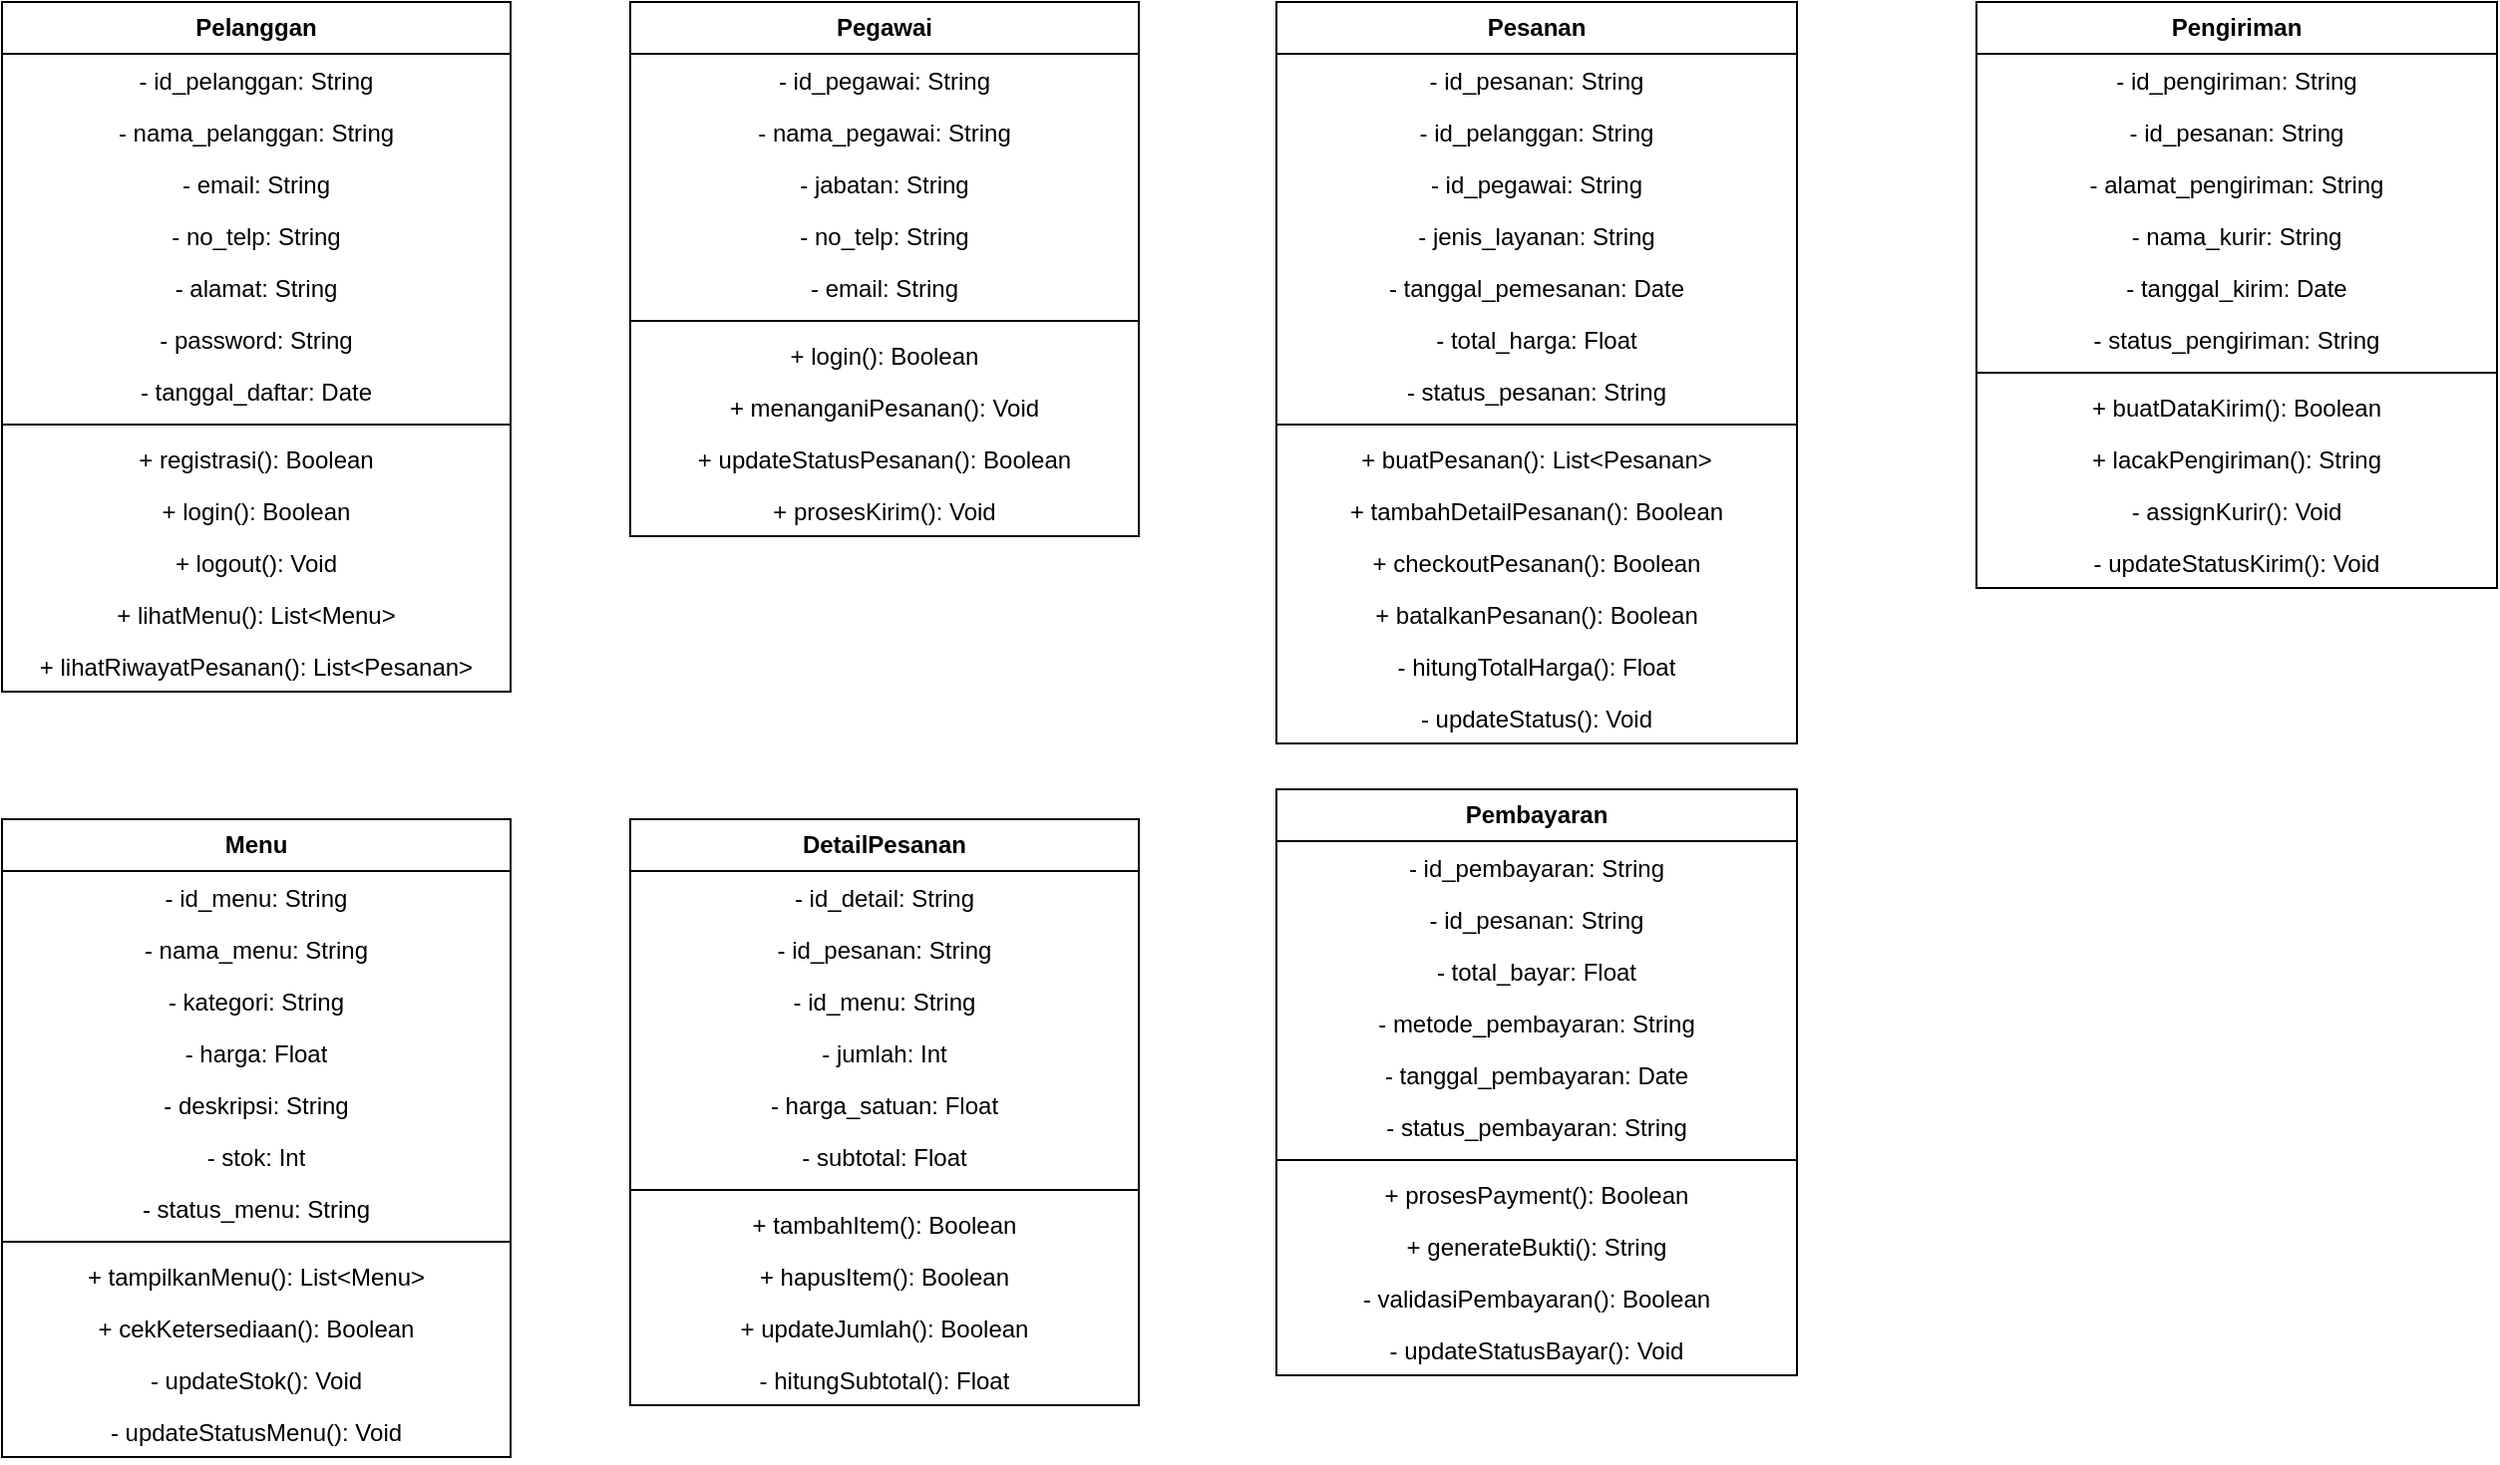
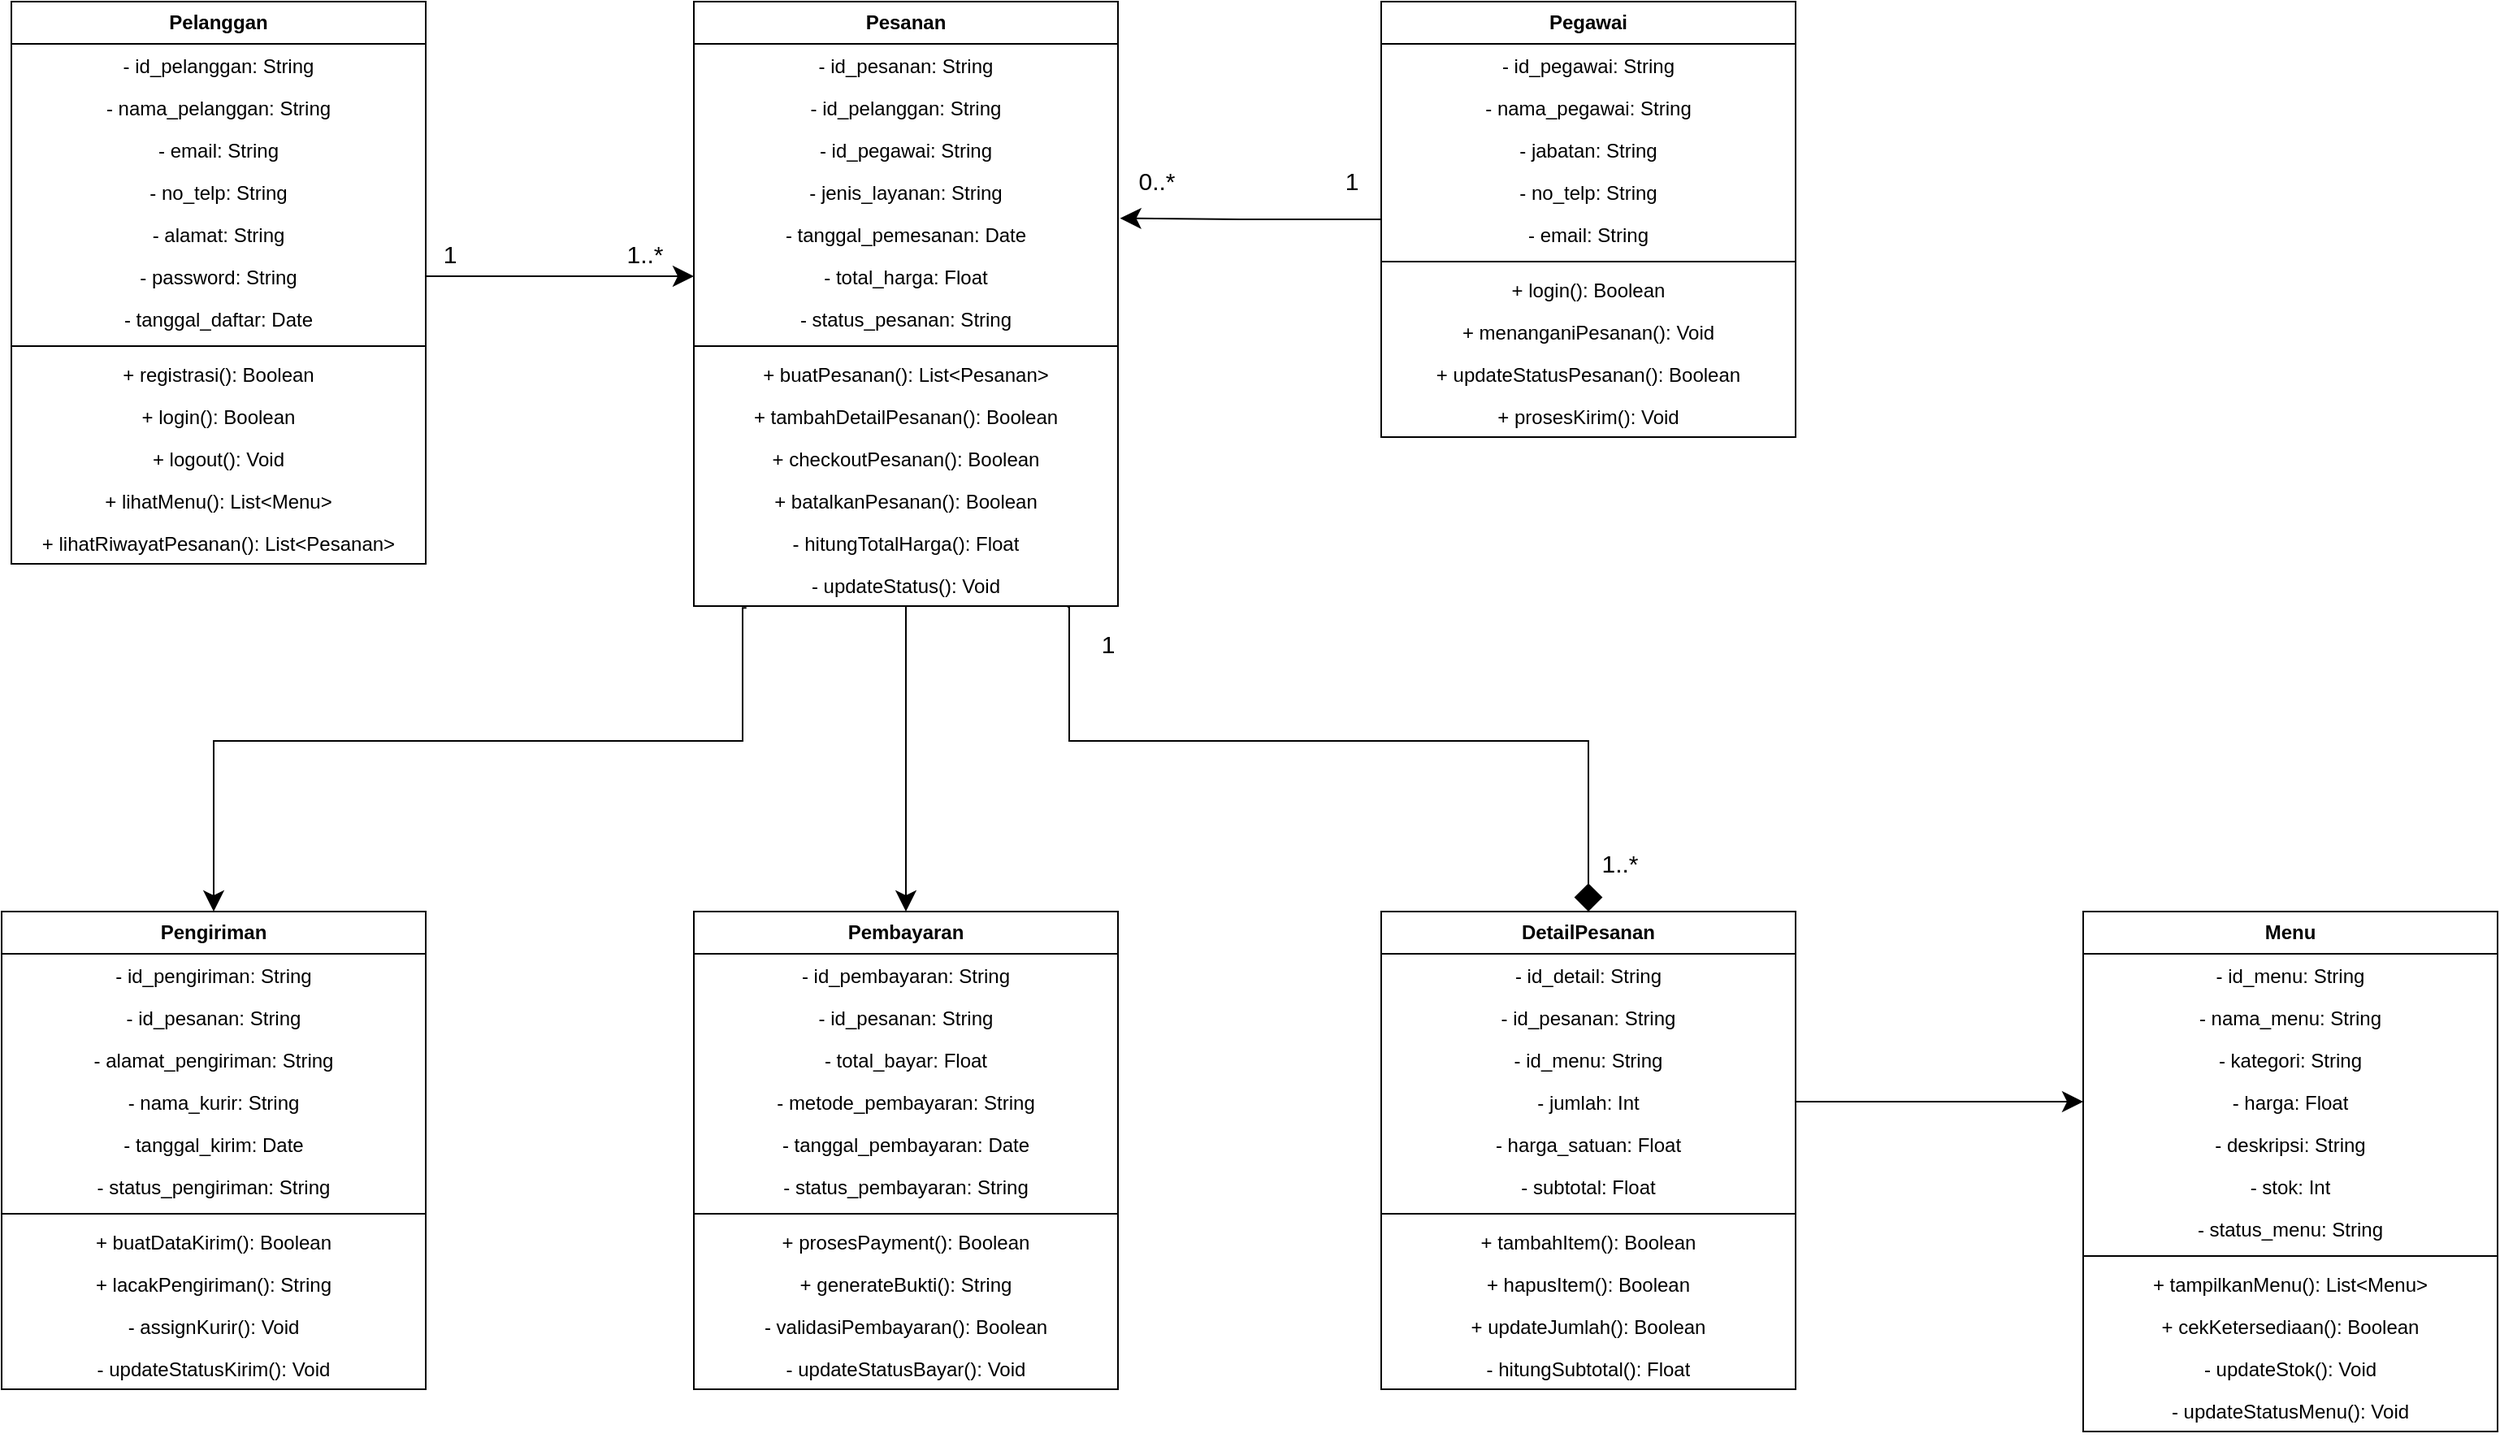
<mxfile host="app.diagrams.net">
  <diagram name="Class Diagram" id="XLRAudqMSV8JJL2WmWoO">
-     <mxGraphModel dx="1557" dy="1032" grid="1" gridSize="15" guides="1" tooltips="1" connect="1" arrows="1" fold="1" page="1" pageScale="1" pageWidth="1654" pageHeight="1169" math="0" shadow="0">
+     <mxGraphModel dx="1729" dy="1125" grid="1" gridSize="15" guides="1" tooltips="1" connect="1" arrows="1" fold="1" page="1" pageScale="1" pageWidth="1654" pageHeight="1169" math="0" shadow="0">
      <root>
        <mxCell id="0" />
        <mxCell id="1" parent="0" />
        <mxCell id="4Q5ZbxA_9OykwKKi5Nih-1" parent="1" style="swimlane;fontStyle=1;align=center;verticalAlign=middle;childLayout=stackLayout;horizontal=1;startSize=26;horizontalStack=0;resizeParent=1;resizeParentMax=0;resizeLast=0;collapsible=1;marginBottom=0;whiteSpace=wrap;html=1;labelBorderColor=none;labelBackgroundColor=none;fontColor=default;" value="Pelanggan" vertex="1">
          <mxGeometry height="346" width="255" x="60" y="40" as="geometry" />
        </mxCell>
        <mxCell id="4Q5ZbxA_9OykwKKi5Nih-2" parent="4Q5ZbxA_9OykwKKi5Nih-1" style="text;strokeColor=none;fillColor=none;align=center;verticalAlign=top;spacingLeft=4;spacingRight=4;overflow=hidden;rotatable=0;points=[[0,0.5],[1,0.5]];portConstraint=eastwest;whiteSpace=wrap;html=1;" value="- id_pelanggan: String" vertex="1">
          <mxGeometry height="26" width="255" y="26" as="geometry" />
        </mxCell>
        <mxCell id="4Q5ZbxA_9OykwKKi5Nih-5" parent="4Q5ZbxA_9OykwKKi5Nih-1" style="text;strokeColor=none;fillColor=none;align=center;verticalAlign=top;spacingLeft=4;spacingRight=4;overflow=hidden;rotatable=0;points=[[0,0.5],[1,0.5]];portConstraint=eastwest;whiteSpace=wrap;html=1;" value="- nama_pelanggan: String" vertex="1">
          <mxGeometry height="26" width="255" y="52" as="geometry" />
        </mxCell>
        <mxCell id="4Q5ZbxA_9OykwKKi5Nih-6" parent="4Q5ZbxA_9OykwKKi5Nih-1" style="text;strokeColor=none;fillColor=none;align=center;verticalAlign=top;spacingLeft=4;spacingRight=4;overflow=hidden;rotatable=0;points=[[0,0.5],[1,0.5]];portConstraint=eastwest;whiteSpace=wrap;html=1;" value="- email: String" vertex="1">
          <mxGeometry height="26" width="255" y="78" as="geometry" />
        </mxCell>
        <mxCell id="4Q5ZbxA_9OykwKKi5Nih-7" parent="4Q5ZbxA_9OykwKKi5Nih-1" style="text;strokeColor=none;fillColor=none;align=center;verticalAlign=top;spacingLeft=4;spacingRight=4;overflow=hidden;rotatable=0;points=[[0,0.5],[1,0.5]];portConstraint=eastwest;whiteSpace=wrap;html=1;" value="- no_telp: String" vertex="1">
          <mxGeometry height="26" width="255" y="104" as="geometry" />
        </mxCell>
        <mxCell id="4Q5ZbxA_9OykwKKi5Nih-8" parent="4Q5ZbxA_9OykwKKi5Nih-1" style="text;strokeColor=none;fillColor=none;align=center;verticalAlign=top;spacingLeft=4;spacingRight=4;overflow=hidden;rotatable=0;points=[[0,0.5],[1,0.5]];portConstraint=eastwest;whiteSpace=wrap;html=1;" value="- alamat: String" vertex="1">
          <mxGeometry height="26" width="255" y="130" as="geometry" />
        </mxCell>
        <mxCell id="4Q5ZbxA_9OykwKKi5Nih-9" parent="4Q5ZbxA_9OykwKKi5Nih-1" style="text;strokeColor=none;fillColor=none;align=center;verticalAlign=top;spacingLeft=4;spacingRight=4;overflow=hidden;rotatable=0;points=[[0,0.5],[1,0.5]];portConstraint=eastwest;whiteSpace=wrap;html=1;" value="- password: String" vertex="1">
          <mxGeometry height="26" width="255" y="156" as="geometry" />
        </mxCell>
        <mxCell id="4Q5ZbxA_9OykwKKi5Nih-10" parent="4Q5ZbxA_9OykwKKi5Nih-1" style="text;strokeColor=none;fillColor=none;align=center;verticalAlign=top;spacingLeft=4;spacingRight=4;overflow=hidden;rotatable=0;points=[[0,0.5],[1,0.5]];portConstraint=eastwest;whiteSpace=wrap;html=1;" value="- tanggal_daftar: Date" vertex="1">
          <mxGeometry height="26" width="255" y="182" as="geometry" />
        </mxCell>
        <mxCell id="4Q5ZbxA_9OykwKKi5Nih-3" parent="4Q5ZbxA_9OykwKKi5Nih-1" style="line;strokeWidth=1;fillColor=none;align=center;verticalAlign=middle;spacingTop=-1;spacingLeft=3;spacingRight=3;rotatable=0;labelPosition=right;points=[];portConstraint=eastwest;strokeColor=inherit;" value="" vertex="1">
          <mxGeometry height="8" width="255" y="208" as="geometry" />
        </mxCell>
        <mxCell id="4Q5ZbxA_9OykwKKi5Nih-4" parent="4Q5ZbxA_9OykwKKi5Nih-1" style="text;strokeColor=none;fillColor=none;align=center;verticalAlign=top;spacingLeft=4;spacingRight=4;overflow=hidden;rotatable=0;points=[[0,0.5],[1,0.5]];portConstraint=eastwest;whiteSpace=wrap;html=1;" value="+ registrasi(): Boolean" vertex="1">
          <mxGeometry height="26" width="255" y="216" as="geometry" />
        </mxCell>
        <mxCell id="4Q5ZbxA_9OykwKKi5Nih-11" parent="4Q5ZbxA_9OykwKKi5Nih-1" style="text;strokeColor=none;fillColor=none;align=center;verticalAlign=top;spacingLeft=4;spacingRight=4;overflow=hidden;rotatable=0;points=[[0,0.5],[1,0.5]];portConstraint=eastwest;whiteSpace=wrap;html=1;" value="+ login(): Boolean" vertex="1">
          <mxGeometry height="26" width="255" y="242" as="geometry" />
        </mxCell>
        <mxCell id="4Q5ZbxA_9OykwKKi5Nih-12" parent="4Q5ZbxA_9OykwKKi5Nih-1" style="text;strokeColor=none;fillColor=none;align=center;verticalAlign=top;spacingLeft=4;spacingRight=4;overflow=hidden;rotatable=0;points=[[0,0.5],[1,0.5]];portConstraint=eastwest;whiteSpace=wrap;html=1;" value="+ logout(): Void" vertex="1">
          <mxGeometry height="26" width="255" y="268" as="geometry" />
        </mxCell>
        <mxCell id="4Q5ZbxA_9OykwKKi5Nih-13" parent="4Q5ZbxA_9OykwKKi5Nih-1" style="text;strokeColor=none;fillColor=none;align=center;verticalAlign=top;spacingLeft=4;spacingRight=4;overflow=hidden;rotatable=0;points=[[0,0.5],[1,0.5]];portConstraint=eastwest;whiteSpace=wrap;html=1;" value="+ lihatMenu(): List&amp;lt;Menu&amp;gt;" vertex="1">
          <mxGeometry height="26" width="255" y="294" as="geometry" />
        </mxCell>
        <mxCell id="4Q5ZbxA_9OykwKKi5Nih-14" parent="4Q5ZbxA_9OykwKKi5Nih-1" style="text;strokeColor=none;fillColor=none;align=center;verticalAlign=top;spacingLeft=4;spacingRight=4;overflow=hidden;rotatable=0;points=[[0,0.5],[1,0.5]];portConstraint=eastwest;whiteSpace=wrap;html=1;" value="+ lihatRiwayatPesanan(): List&amp;lt;Pesanan&amp;gt;" vertex="1">
          <mxGeometry height="26" width="255" y="320" as="geometry" />
        </mxCell>
+         <mxCell id="-Ip3KR_69kROD7_R9hKT-41" edge="1" parent="1" source="4Q5ZbxA_9OykwKKi5Nih-16" style="edgeStyle=orthogonalEdgeStyle;rounded=0;orthogonalLoop=1;jettySize=auto;html=1;entryX=1.005;entryY=0.128;entryDx=0;entryDy=0;entryPerimeter=0;strokeWidth=1;endSize=10;" target="4Q5ZbxA_9OykwKKi5Nih-49" value="">
+           <mxGeometry relative="1" as="geometry">
+             <mxPoint x="735.5" y="173.9999999999999" as="targetPoint" />
+           </mxGeometry>
+         </mxCell>
        <mxCell id="4Q5ZbxA_9OykwKKi5Nih-16" parent="1" style="swimlane;fontStyle=1;align=center;verticalAlign=middle;childLayout=stackLayout;horizontal=1;startSize=26;horizontalStack=0;resizeParent=1;resizeParentMax=0;resizeLast=0;collapsible=1;marginBottom=0;whiteSpace=wrap;html=1;labelBorderColor=none;labelBackgroundColor=none;fontColor=default;" value="Pegawai" vertex="1">
-           <mxGeometry height="268" width="255" x="375" y="40" as="geometry" />
+           <mxGeometry height="268" width="255" x="903" y="40" as="geometry" />
        </mxCell>
        <mxCell id="4Q5ZbxA_9OykwKKi5Nih-17" parent="4Q5ZbxA_9OykwKKi5Nih-16" style="text;strokeColor=none;fillColor=none;align=center;verticalAlign=top;spacingLeft=4;spacingRight=4;overflow=hidden;rotatable=0;points=[[0,0.5],[1,0.5]];portConstraint=eastwest;whiteSpace=wrap;html=1;" value="- id_pegawai: String" vertex="1">
          <mxGeometry height="26" width="255" y="26" as="geometry" />
        </mxCell>
        <mxCell id="4Q5ZbxA_9OykwKKi5Nih-18" parent="4Q5ZbxA_9OykwKKi5Nih-16" style="text;strokeColor=none;fillColor=none;align=center;verticalAlign=top;spacingLeft=4;spacingRight=4;overflow=hidden;rotatable=0;points=[[0,0.5],[1,0.5]];portConstraint=eastwest;whiteSpace=wrap;html=1;" value="- nama_pegawai: String" vertex="1">
          <mxGeometry height="26" width="255" y="52" as="geometry" />
        </mxCell>
        <mxCell id="4Q5ZbxA_9OykwKKi5Nih-19" parent="4Q5ZbxA_9OykwKKi5Nih-16" style="text;strokeColor=none;fillColor=none;align=center;verticalAlign=top;spacingLeft=4;spacingRight=4;overflow=hidden;rotatable=0;points=[[0,0.5],[1,0.5]];portConstraint=eastwest;whiteSpace=wrap;html=1;" value="- jabatan: String" vertex="1">
          <mxGeometry height="26" width="255" y="78" as="geometry" />
        </mxCell>
        <mxCell id="4Q5ZbxA_9OykwKKi5Nih-20" parent="4Q5ZbxA_9OykwKKi5Nih-16" style="text;strokeColor=none;fillColor=none;align=center;verticalAlign=top;spacingLeft=4;spacingRight=4;overflow=hidden;rotatable=0;points=[[0,0.5],[1,0.5]];portConstraint=eastwest;whiteSpace=wrap;html=1;" value="- no_telp: String" vertex="1">
          <mxGeometry height="26" width="255" y="104" as="geometry" />
        </mxCell>
        <mxCell id="4Q5ZbxA_9OykwKKi5Nih-21" parent="4Q5ZbxA_9OykwKKi5Nih-16" style="text;strokeColor=none;fillColor=none;align=center;verticalAlign=top;spacingLeft=4;spacingRight=4;overflow=hidden;rotatable=0;points=[[0,0.5],[1,0.5]];portConstraint=eastwest;whiteSpace=wrap;html=1;" value="- email: String" vertex="1">
          <mxGeometry height="26" width="255" y="130" as="geometry" />
        </mxCell>
        <mxCell id="4Q5ZbxA_9OykwKKi5Nih-24" parent="4Q5ZbxA_9OykwKKi5Nih-16" style="line;strokeWidth=1;fillColor=none;align=center;verticalAlign=middle;spacingTop=-1;spacingLeft=3;spacingRight=3;rotatable=0;labelPosition=right;points=[];portConstraint=eastwest;strokeColor=inherit;" value="" vertex="1">
          <mxGeometry height="8" width="255" y="156" as="geometry" />
        </mxCell>
        <mxCell id="4Q5ZbxA_9OykwKKi5Nih-25" parent="4Q5ZbxA_9OykwKKi5Nih-16" style="text;strokeColor=none;fillColor=none;align=center;verticalAlign=top;spacingLeft=4;spacingRight=4;overflow=hidden;rotatable=0;points=[[0,0.5],[1,0.5]];portConstraint=eastwest;whiteSpace=wrap;html=1;" value="+ login(): Boolean" vertex="1">
          <mxGeometry height="26" width="255" y="164" as="geometry" />
        </mxCell>
        <mxCell id="4Q5ZbxA_9OykwKKi5Nih-26" parent="4Q5ZbxA_9OykwKKi5Nih-16" style="text;strokeColor=none;fillColor=none;align=center;verticalAlign=top;spacingLeft=4;spacingRight=4;overflow=hidden;rotatable=0;points=[[0,0.5],[1,0.5]];portConstraint=eastwest;whiteSpace=wrap;html=1;" value="+ menanganiPesanan(): Void" vertex="1">
          <mxGeometry height="26" width="255" y="190" as="geometry" />
        </mxCell>
        <mxCell id="4Q5ZbxA_9OykwKKi5Nih-27" parent="4Q5ZbxA_9OykwKKi5Nih-16" style="text;strokeColor=none;fillColor=none;align=center;verticalAlign=top;spacingLeft=4;spacingRight=4;overflow=hidden;rotatable=0;points=[[0,0.5],[1,0.5]];portConstraint=eastwest;whiteSpace=wrap;html=1;" value="+ updateStatusPesanan(): Boolean" vertex="1">
          <mxGeometry height="26" width="255" y="216" as="geometry" />
        </mxCell>
        <mxCell id="4Q5ZbxA_9OykwKKi5Nih-28" parent="4Q5ZbxA_9OykwKKi5Nih-16" style="text;strokeColor=none;fillColor=none;align=center;verticalAlign=top;spacingLeft=4;spacingRight=4;overflow=hidden;rotatable=0;points=[[0,0.5],[1,0.5]];portConstraint=eastwest;whiteSpace=wrap;html=1;" value="+ prosesKirim(): Void" vertex="1">
          <mxGeometry height="26" width="255" y="242" as="geometry" />
        </mxCell>
        <mxCell id="4Q5ZbxA_9OykwKKi5Nih-30" parent="1" style="swimlane;fontStyle=1;align=center;verticalAlign=middle;childLayout=stackLayout;horizontal=1;startSize=26;horizontalStack=0;resizeParent=1;resizeParentMax=0;resizeLast=0;collapsible=1;marginBottom=0;whiteSpace=wrap;html=1;labelBorderColor=none;labelBackgroundColor=none;fontColor=default;" value="Menu" vertex="1">
-           <mxGeometry height="320" width="255" x="60" y="450" as="geometry" />
+           <mxGeometry height="320" width="255" x="1335" y="600" as="geometry" />
        </mxCell>
        <mxCell id="4Q5ZbxA_9OykwKKi5Nih-31" parent="4Q5ZbxA_9OykwKKi5Nih-30" style="text;strokeColor=none;fillColor=none;align=center;verticalAlign=top;spacingLeft=4;spacingRight=4;overflow=hidden;rotatable=0;points=[[0,0.5],[1,0.5]];portConstraint=eastwest;whiteSpace=wrap;html=1;" value="- id_menu: String" vertex="1">
          <mxGeometry height="26" width="255" y="26" as="geometry" />
        </mxCell>
        <mxCell id="4Q5ZbxA_9OykwKKi5Nih-32" parent="4Q5ZbxA_9OykwKKi5Nih-30" style="text;strokeColor=none;fillColor=none;align=center;verticalAlign=top;spacingLeft=4;spacingRight=4;overflow=hidden;rotatable=0;points=[[0,0.5],[1,0.5]];portConstraint=eastwest;whiteSpace=wrap;html=1;" value="- nama_menu: String" vertex="1">
          <mxGeometry height="26" width="255" y="52" as="geometry" />
        </mxCell>
        <mxCell id="4Q5ZbxA_9OykwKKi5Nih-33" parent="4Q5ZbxA_9OykwKKi5Nih-30" style="text;strokeColor=none;fillColor=none;align=center;verticalAlign=top;spacingLeft=4;spacingRight=4;overflow=hidden;rotatable=0;points=[[0,0.5],[1,0.5]];portConstraint=eastwest;whiteSpace=wrap;html=1;" value="- kategori: String" vertex="1">
          <mxGeometry height="26" width="255" y="78" as="geometry" />
        </mxCell>
        <mxCell id="4Q5ZbxA_9OykwKKi5Nih-34" parent="4Q5ZbxA_9OykwKKi5Nih-30" style="text;strokeColor=none;fillColor=none;align=center;verticalAlign=top;spacingLeft=4;spacingRight=4;overflow=hidden;rotatable=0;points=[[0,0.5],[1,0.5]];portConstraint=eastwest;whiteSpace=wrap;html=1;" value="- harga: Float" vertex="1">
          <mxGeometry height="26" width="255" y="104" as="geometry" />
        </mxCell>
        <mxCell id="4Q5ZbxA_9OykwKKi5Nih-35" parent="4Q5ZbxA_9OykwKKi5Nih-30" style="text;strokeColor=none;fillColor=none;align=center;verticalAlign=top;spacingLeft=4;spacingRight=4;overflow=hidden;rotatable=0;points=[[0,0.5],[1,0.5]];portConstraint=eastwest;whiteSpace=wrap;html=1;" value="- deskripsi: String" vertex="1">
          <mxGeometry height="26" width="255" y="130" as="geometry" />
        </mxCell>
        <mxCell id="4Q5ZbxA_9OykwKKi5Nih-36" parent="4Q5ZbxA_9OykwKKi5Nih-30" style="text;strokeColor=none;fillColor=none;align=center;verticalAlign=top;spacingLeft=4;spacingRight=4;overflow=hidden;rotatable=0;points=[[0,0.5],[1,0.5]];portConstraint=eastwest;whiteSpace=wrap;html=1;" value="- stok: Int" vertex="1">
          <mxGeometry height="26" width="255" y="156" as="geometry" />
        </mxCell>
        <mxCell id="4Q5ZbxA_9OykwKKi5Nih-37" parent="4Q5ZbxA_9OykwKKi5Nih-30" style="text;strokeColor=none;fillColor=none;align=center;verticalAlign=top;spacingLeft=4;spacingRight=4;overflow=hidden;rotatable=0;points=[[0,0.5],[1,0.5]];portConstraint=eastwest;whiteSpace=wrap;html=1;" value="- status_menu: String" vertex="1">
          <mxGeometry height="26" width="255" y="182" as="geometry" />
        </mxCell>
        <mxCell id="4Q5ZbxA_9OykwKKi5Nih-38" parent="4Q5ZbxA_9OykwKKi5Nih-30" style="line;strokeWidth=1;fillColor=none;align=center;verticalAlign=middle;spacingTop=-1;spacingLeft=3;spacingRight=3;rotatable=0;labelPosition=right;points=[];portConstraint=eastwest;strokeColor=inherit;" value="" vertex="1">
          <mxGeometry height="8" width="255" y="208" as="geometry" />
        </mxCell>
        <mxCell id="4Q5ZbxA_9OykwKKi5Nih-39" parent="4Q5ZbxA_9OykwKKi5Nih-30" style="text;strokeColor=none;fillColor=none;align=center;verticalAlign=top;spacingLeft=4;spacingRight=4;overflow=hidden;rotatable=0;points=[[0,0.5],[1,0.5]];portConstraint=eastwest;whiteSpace=wrap;html=1;" value="+ tampilkanMenu(): List&amp;lt;Menu&amp;gt;" vertex="1">
          <mxGeometry height="26" width="255" y="216" as="geometry" />
        </mxCell>
        <mxCell id="4Q5ZbxA_9OykwKKi5Nih-40" parent="4Q5ZbxA_9OykwKKi5Nih-30" style="text;strokeColor=none;fillColor=none;align=center;verticalAlign=top;spacingLeft=4;spacingRight=4;overflow=hidden;rotatable=0;points=[[0,0.5],[1,0.5]];portConstraint=eastwest;whiteSpace=wrap;html=1;" value="+ cekKetersediaan(): Boolean" vertex="1">
          <mxGeometry height="26" width="255" y="242" as="geometry" />
        </mxCell>
        <mxCell id="4Q5ZbxA_9OykwKKi5Nih-41" parent="4Q5ZbxA_9OykwKKi5Nih-30" style="text;strokeColor=none;fillColor=none;align=center;verticalAlign=top;spacingLeft=4;spacingRight=4;overflow=hidden;rotatable=0;points=[[0,0.5],[1,0.5]];portConstraint=eastwest;whiteSpace=wrap;html=1;" value="- updateStok(): Void" vertex="1">
          <mxGeometry height="26" width="255" y="268" as="geometry" />
        </mxCell>
        <mxCell id="4Q5ZbxA_9OykwKKi5Nih-42" parent="4Q5ZbxA_9OykwKKi5Nih-30" style="text;strokeColor=none;fillColor=none;align=center;verticalAlign=top;spacingLeft=4;spacingRight=4;overflow=hidden;rotatable=0;points=[[0,0.5],[1,0.5]];portConstraint=eastwest;whiteSpace=wrap;html=1;" value="- updateStatusMenu(): Void" vertex="1">
          <mxGeometry height="26" width="255" y="294" as="geometry" />
        </mxCell>
        <mxCell id="4Q5ZbxA_9OykwKKi5Nih-44" parent="1" style="swimlane;fontStyle=1;align=center;verticalAlign=middle;childLayout=stackLayout;horizontal=1;startSize=26;horizontalStack=0;resizeParent=1;resizeParentMax=0;resizeLast=0;collapsible=1;marginBottom=0;whiteSpace=wrap;html=1;labelBorderColor=none;labelBackgroundColor=none;fontColor=default;" value="Pesanan" vertex="1">
-           <mxGeometry height="372" width="261" x="699" y="40" as="geometry" />
+           <mxGeometry height="372" width="261" x="480" y="40" as="geometry" />
        </mxCell>
        <mxCell id="4Q5ZbxA_9OykwKKi5Nih-45" parent="4Q5ZbxA_9OykwKKi5Nih-44" style="text;strokeColor=none;fillColor=none;align=center;verticalAlign=top;spacingLeft=4;spacingRight=4;overflow=hidden;rotatable=0;points=[[0,0.5],[1,0.5]];portConstraint=eastwest;whiteSpace=wrap;html=1;" value="- id_pesanan: String" vertex="1">
          <mxGeometry height="26" width="261" y="26" as="geometry" />
        </mxCell>
        <mxCell id="4Q5ZbxA_9OykwKKi5Nih-46" parent="4Q5ZbxA_9OykwKKi5Nih-44" style="text;strokeColor=none;fillColor=none;align=center;verticalAlign=top;spacingLeft=4;spacingRight=4;overflow=hidden;rotatable=0;points=[[0,0.5],[1,0.5]];portConstraint=eastwest;whiteSpace=wrap;html=1;" value="- id_pelanggan: String" vertex="1">
          <mxGeometry height="26" width="261" y="52" as="geometry" />
        </mxCell>
        <mxCell id="4Q5ZbxA_9OykwKKi5Nih-47" parent="4Q5ZbxA_9OykwKKi5Nih-44" style="text;strokeColor=none;fillColor=none;align=center;verticalAlign=top;spacingLeft=4;spacingRight=4;overflow=hidden;rotatable=0;points=[[0,0.5],[1,0.5]];portConstraint=eastwest;whiteSpace=wrap;html=1;" value="- id_pegawai: String" vertex="1">
          <mxGeometry height="26" width="261" y="78" as="geometry" />
        </mxCell>
        <mxCell id="4Q5ZbxA_9OykwKKi5Nih-48" parent="4Q5ZbxA_9OykwKKi5Nih-44" style="text;strokeColor=none;fillColor=none;align=center;verticalAlign=top;spacingLeft=4;spacingRight=4;overflow=hidden;rotatable=0;points=[[0,0.5],[1,0.5]];portConstraint=eastwest;whiteSpace=wrap;html=1;" value="- jenis_layanan: String" vertex="1">
          <mxGeometry height="26" width="261" y="104" as="geometry" />
        </mxCell>
        <mxCell id="4Q5ZbxA_9OykwKKi5Nih-49" parent="4Q5ZbxA_9OykwKKi5Nih-44" style="text;strokeColor=none;fillColor=none;align=center;verticalAlign=top;spacingLeft=4;spacingRight=4;overflow=hidden;rotatable=0;points=[[0,0.5],[1,0.5]];portConstraint=eastwest;whiteSpace=wrap;html=1;" value="- tanggal_pemesanan: Date" vertex="1">
          <mxGeometry height="26" width="261" y="130" as="geometry" />
        </mxCell>
        <mxCell id="4Q5ZbxA_9OykwKKi5Nih-50" parent="4Q5ZbxA_9OykwKKi5Nih-44" style="text;strokeColor=none;fillColor=none;align=center;verticalAlign=top;spacingLeft=4;spacingRight=4;overflow=hidden;rotatable=0;points=[[0,0.5],[1,0.5]];portConstraint=eastwest;whiteSpace=wrap;html=1;" value="- total_harga: Float" vertex="1">
          <mxGeometry height="26" width="261" y="156" as="geometry" />
        </mxCell>
        <mxCell id="4Q5ZbxA_9OykwKKi5Nih-51" parent="4Q5ZbxA_9OykwKKi5Nih-44" style="text;strokeColor=none;fillColor=none;align=center;verticalAlign=top;spacingLeft=4;spacingRight=4;overflow=hidden;rotatable=0;points=[[0,0.5],[1,0.5]];portConstraint=eastwest;whiteSpace=wrap;html=1;" value="- status_pesanan: String" vertex="1">
          <mxGeometry height="26" width="261" y="182" as="geometry" />
        </mxCell>
        <mxCell id="4Q5ZbxA_9OykwKKi5Nih-52" parent="4Q5ZbxA_9OykwKKi5Nih-44" style="line;strokeWidth=1;fillColor=none;align=center;verticalAlign=middle;spacingTop=-1;spacingLeft=3;spacingRight=3;rotatable=0;labelPosition=right;points=[];portConstraint=eastwest;strokeColor=inherit;" value="" vertex="1">
          <mxGeometry height="8" width="261" y="208" as="geometry" />
        </mxCell>
        <mxCell id="4Q5ZbxA_9OykwKKi5Nih-53" parent="4Q5ZbxA_9OykwKKi5Nih-44" style="text;strokeColor=none;fillColor=none;align=center;verticalAlign=top;spacingLeft=4;spacingRight=4;overflow=hidden;rotatable=0;points=[[0,0.5],[1,0.5]];portConstraint=eastwest;whiteSpace=wrap;html=1;" value="+ buatPesanan(): List&amp;lt;Pesanan&amp;gt;" vertex="1">
          <mxGeometry height="26" width="261" y="216" as="geometry" />
        </mxCell>
        <mxCell id="4Q5ZbxA_9OykwKKi5Nih-54" parent="4Q5ZbxA_9OykwKKi5Nih-44" style="text;strokeColor=none;fillColor=none;align=center;verticalAlign=top;spacingLeft=4;spacingRight=4;overflow=hidden;rotatable=0;points=[[0,0.5],[1,0.5]];portConstraint=eastwest;whiteSpace=wrap;html=1;" value="+ tambahDetailPesanan(): Boolean" vertex="1">
          <mxGeometry height="26" width="261" y="242" as="geometry" />
        </mxCell>
        <mxCell id="4Q5ZbxA_9OykwKKi5Nih-55" parent="4Q5ZbxA_9OykwKKi5Nih-44" style="text;strokeColor=none;fillColor=none;align=center;verticalAlign=top;spacingLeft=4;spacingRight=4;overflow=hidden;rotatable=0;points=[[0,0.5],[1,0.5]];portConstraint=eastwest;whiteSpace=wrap;html=1;" value="+ checkoutPesanan(): Boolean" vertex="1">
          <mxGeometry height="26" width="261" y="268" as="geometry" />
        </mxCell>
        <mxCell id="4Q5ZbxA_9OykwKKi5Nih-56" parent="4Q5ZbxA_9OykwKKi5Nih-44" style="text;strokeColor=none;fillColor=none;align=center;verticalAlign=top;spacingLeft=4;spacingRight=4;overflow=hidden;rotatable=0;points=[[0,0.5],[1,0.5]];portConstraint=eastwest;whiteSpace=wrap;html=1;" value="+ batalkanPesanan(): Boolean" vertex="1">
          <mxGeometry height="26" width="261" y="294" as="geometry" />
        </mxCell>
        <mxCell id="4Q5ZbxA_9OykwKKi5Nih-57" parent="4Q5ZbxA_9OykwKKi5Nih-44" style="text;strokeColor=none;fillColor=none;align=center;verticalAlign=top;spacingLeft=4;spacingRight=4;overflow=hidden;rotatable=0;points=[[0,0.5],[1,0.5]];portConstraint=eastwest;whiteSpace=wrap;html=1;" value="- hitungTotalHarga(): Float" vertex="1">
          <mxGeometry height="26" width="261" y="320" as="geometry" />
        </mxCell>
        <mxCell id="-Ip3KR_69kROD7_R9hKT-1" parent="4Q5ZbxA_9OykwKKi5Nih-44" style="text;strokeColor=none;fillColor=none;align=center;verticalAlign=top;spacingLeft=4;spacingRight=4;overflow=hidden;rotatable=0;points=[[0,0.5],[1,0.5]];portConstraint=eastwest;whiteSpace=wrap;html=1;" value="- updateStatus(): Void" vertex="1">
          <mxGeometry height="26" width="261" y="346" as="geometry" />
        </mxCell>
        <mxCell id="-Ip3KR_69kROD7_R9hKT-2" parent="1" style="swimlane;fontStyle=1;align=center;verticalAlign=middle;childLayout=stackLayout;horizontal=1;startSize=26;horizontalStack=0;resizeParent=1;resizeParentMax=0;resizeLast=0;collapsible=1;marginBottom=0;whiteSpace=wrap;html=1;labelBorderColor=none;labelBackgroundColor=none;fontColor=default;" value="DetailPesanan" vertex="1">
-           <mxGeometry height="294" width="255" x="375" y="450" as="geometry" />
+           <mxGeometry height="294" width="255" x="903" y="600" as="geometry" />
        </mxCell>
        <mxCell id="-Ip3KR_69kROD7_R9hKT-3" parent="-Ip3KR_69kROD7_R9hKT-2" style="text;strokeColor=none;fillColor=none;align=center;verticalAlign=top;spacingLeft=4;spacingRight=4;overflow=hidden;rotatable=0;points=[[0,0.5],[1,0.5]];portConstraint=eastwest;whiteSpace=wrap;html=1;" value="- id_detail: String" vertex="1">
          <mxGeometry height="26" width="255" y="26" as="geometry" />
        </mxCell>
        <mxCell id="-Ip3KR_69kROD7_R9hKT-4" parent="-Ip3KR_69kROD7_R9hKT-2" style="text;strokeColor=none;fillColor=none;align=center;verticalAlign=top;spacingLeft=4;spacingRight=4;overflow=hidden;rotatable=0;points=[[0,0.5],[1,0.5]];portConstraint=eastwest;whiteSpace=wrap;html=1;" value="- id_pesanan: String" vertex="1">
          <mxGeometry height="26" width="255" y="52" as="geometry" />
        </mxCell>
        <mxCell id="-Ip3KR_69kROD7_R9hKT-5" parent="-Ip3KR_69kROD7_R9hKT-2" style="text;strokeColor=none;fillColor=none;align=center;verticalAlign=top;spacingLeft=4;spacingRight=4;overflow=hidden;rotatable=0;points=[[0,0.5],[1,0.5]];portConstraint=eastwest;whiteSpace=wrap;html=1;" value="- id_menu: String" vertex="1">
          <mxGeometry height="26" width="255" y="78" as="geometry" />
        </mxCell>
        <mxCell id="-Ip3KR_69kROD7_R9hKT-6" parent="-Ip3KR_69kROD7_R9hKT-2" style="text;strokeColor=none;fillColor=none;align=center;verticalAlign=top;spacingLeft=4;spacingRight=4;overflow=hidden;rotatable=0;points=[[0,0.5],[1,0.5]];portConstraint=eastwest;whiteSpace=wrap;html=1;" value="- jumlah: Int" vertex="1">
          <mxGeometry height="26" width="255" y="104" as="geometry" />
        </mxCell>
        <mxCell id="-Ip3KR_69kROD7_R9hKT-7" parent="-Ip3KR_69kROD7_R9hKT-2" style="text;strokeColor=none;fillColor=none;align=center;verticalAlign=top;spacingLeft=4;spacingRight=4;overflow=hidden;rotatable=0;points=[[0,0.5],[1,0.5]];portConstraint=eastwest;whiteSpace=wrap;html=1;" value="- harga_satuan: Float" vertex="1">
          <mxGeometry height="26" width="255" y="130" as="geometry" />
        </mxCell>
        <mxCell id="-Ip3KR_69kROD7_R9hKT-13" parent="-Ip3KR_69kROD7_R9hKT-2" style="text;strokeColor=none;fillColor=none;align=center;verticalAlign=top;spacingLeft=4;spacingRight=4;overflow=hidden;rotatable=0;points=[[0,0.5],[1,0.5]];portConstraint=eastwest;whiteSpace=wrap;html=1;" value="- subtotal: Float" vertex="1">
          <mxGeometry height="26" width="255" y="156" as="geometry" />
        </mxCell>
        <mxCell id="-Ip3KR_69kROD7_R9hKT-8" parent="-Ip3KR_69kROD7_R9hKT-2" style="line;strokeWidth=1;fillColor=none;align=center;verticalAlign=middle;spacingTop=-1;spacingLeft=3;spacingRight=3;rotatable=0;labelPosition=right;points=[];portConstraint=eastwest;strokeColor=inherit;" value="" vertex="1">
          <mxGeometry height="8" width="255" y="182" as="geometry" />
        </mxCell>
        <mxCell id="-Ip3KR_69kROD7_R9hKT-9" parent="-Ip3KR_69kROD7_R9hKT-2" style="text;strokeColor=none;fillColor=none;align=center;verticalAlign=top;spacingLeft=4;spacingRight=4;overflow=hidden;rotatable=0;points=[[0,0.5],[1,0.5]];portConstraint=eastwest;whiteSpace=wrap;html=1;" value="+ tambahItem(): Boolean" vertex="1">
          <mxGeometry height="26" width="255" y="190" as="geometry" />
        </mxCell>
        <mxCell id="-Ip3KR_69kROD7_R9hKT-10" parent="-Ip3KR_69kROD7_R9hKT-2" style="text;strokeColor=none;fillColor=none;align=center;verticalAlign=top;spacingLeft=4;spacingRight=4;overflow=hidden;rotatable=0;points=[[0,0.5],[1,0.5]];portConstraint=eastwest;whiteSpace=wrap;html=1;" value="+ hapusItem(): Boolean" vertex="1">
          <mxGeometry height="26" width="255" y="216" as="geometry" />
        </mxCell>
        <mxCell id="-Ip3KR_69kROD7_R9hKT-11" parent="-Ip3KR_69kROD7_R9hKT-2" style="text;strokeColor=none;fillColor=none;align=center;verticalAlign=top;spacingLeft=4;spacingRight=4;overflow=hidden;rotatable=0;points=[[0,0.5],[1,0.5]];portConstraint=eastwest;whiteSpace=wrap;html=1;" value="+ updateJumlah(): Boolean" vertex="1">
          <mxGeometry height="26" width="255" y="242" as="geometry" />
        </mxCell>
        <mxCell id="-Ip3KR_69kROD7_R9hKT-12" parent="-Ip3KR_69kROD7_R9hKT-2" style="text;strokeColor=none;fillColor=none;align=center;verticalAlign=top;spacingLeft=4;spacingRight=4;overflow=hidden;rotatable=0;points=[[0,0.5],[1,0.5]];portConstraint=eastwest;whiteSpace=wrap;html=1;" value="- hitungSubtotal(): Float" vertex="1">
          <mxGeometry height="26" width="255" y="268" as="geometry" />
        </mxCell>
        <mxCell id="-Ip3KR_69kROD7_R9hKT-14" parent="1" style="swimlane;fontStyle=1;align=center;verticalAlign=middle;childLayout=stackLayout;horizontal=1;startSize=26;horizontalStack=0;resizeParent=1;resizeParentMax=0;resizeLast=0;collapsible=1;marginBottom=0;whiteSpace=wrap;html=1;labelBorderColor=none;labelBackgroundColor=none;fontColor=default;" value="Pembayaran" vertex="1">
-           <mxGeometry height="294" width="261" x="699" y="435" as="geometry" />
+           <mxGeometry height="294" width="261" x="480" y="600" as="geometry" />
        </mxCell>
        <mxCell id="-Ip3KR_69kROD7_R9hKT-15" parent="-Ip3KR_69kROD7_R9hKT-14" style="text;strokeColor=none;fillColor=none;align=center;verticalAlign=top;spacingLeft=4;spacingRight=4;overflow=hidden;rotatable=0;points=[[0,0.5],[1,0.5]];portConstraint=eastwest;whiteSpace=wrap;html=1;" value="- id_pembayaran: String" vertex="1">
          <mxGeometry height="26" width="261" y="26" as="geometry" />
        </mxCell>
        <mxCell id="-Ip3KR_69kROD7_R9hKT-16" parent="-Ip3KR_69kROD7_R9hKT-14" style="text;strokeColor=none;fillColor=none;align=center;verticalAlign=top;spacingLeft=4;spacingRight=4;overflow=hidden;rotatable=0;points=[[0,0.5],[1,0.5]];portConstraint=eastwest;whiteSpace=wrap;html=1;" value="- id_pesanan: String" vertex="1">
          <mxGeometry height="26" width="261" y="52" as="geometry" />
        </mxCell>
        <mxCell id="-Ip3KR_69kROD7_R9hKT-17" parent="-Ip3KR_69kROD7_R9hKT-14" style="text;strokeColor=none;fillColor=none;align=center;verticalAlign=top;spacingLeft=4;spacingRight=4;overflow=hidden;rotatable=0;points=[[0,0.5],[1,0.5]];portConstraint=eastwest;whiteSpace=wrap;html=1;" value="- total_bayar: Float" vertex="1">
          <mxGeometry height="26" width="261" y="78" as="geometry" />
        </mxCell>
        <mxCell id="-Ip3KR_69kROD7_R9hKT-18" parent="-Ip3KR_69kROD7_R9hKT-14" style="text;strokeColor=none;fillColor=none;align=center;verticalAlign=top;spacingLeft=4;spacingRight=4;overflow=hidden;rotatable=0;points=[[0,0.5],[1,0.5]];portConstraint=eastwest;whiteSpace=wrap;html=1;" value="- metode_pembayaran: String" vertex="1">
          <mxGeometry height="26" width="261" y="104" as="geometry" />
        </mxCell>
        <mxCell id="-Ip3KR_69kROD7_R9hKT-19" parent="-Ip3KR_69kROD7_R9hKT-14" style="text;strokeColor=none;fillColor=none;align=center;verticalAlign=top;spacingLeft=4;spacingRight=4;overflow=hidden;rotatable=0;points=[[0,0.5],[1,0.5]];portConstraint=eastwest;whiteSpace=wrap;html=1;" value="- tanggal_pembayaran: Date" vertex="1">
          <mxGeometry height="26" width="261" y="130" as="geometry" />
        </mxCell>
        <mxCell id="-Ip3KR_69kROD7_R9hKT-20" parent="-Ip3KR_69kROD7_R9hKT-14" style="text;strokeColor=none;fillColor=none;align=center;verticalAlign=top;spacingLeft=4;spacingRight=4;overflow=hidden;rotatable=0;points=[[0,0.5],[1,0.5]];portConstraint=eastwest;whiteSpace=wrap;html=1;" value="- status_pembayaran: String" vertex="1">
          <mxGeometry height="26" width="261" y="156" as="geometry" />
        </mxCell>
        <mxCell id="-Ip3KR_69kROD7_R9hKT-21" parent="-Ip3KR_69kROD7_R9hKT-14" style="line;strokeWidth=1;fillColor=none;align=center;verticalAlign=middle;spacingTop=-1;spacingLeft=3;spacingRight=3;rotatable=0;labelPosition=right;points=[];portConstraint=eastwest;strokeColor=inherit;" value="" vertex="1">
          <mxGeometry height="8" width="261" y="182" as="geometry" />
        </mxCell>
        <mxCell id="-Ip3KR_69kROD7_R9hKT-22" parent="-Ip3KR_69kROD7_R9hKT-14" style="text;strokeColor=none;fillColor=none;align=center;verticalAlign=top;spacingLeft=4;spacingRight=4;overflow=hidden;rotatable=0;points=[[0,0.5],[1,0.5]];portConstraint=eastwest;whiteSpace=wrap;html=1;" value="+ prosesPayment(): Boolean" vertex="1">
          <mxGeometry height="26" width="261" y="190" as="geometry" />
        </mxCell>
        <mxCell id="-Ip3KR_69kROD7_R9hKT-23" parent="-Ip3KR_69kROD7_R9hKT-14" style="text;strokeColor=none;fillColor=none;align=center;verticalAlign=top;spacingLeft=4;spacingRight=4;overflow=hidden;rotatable=0;points=[[0,0.5],[1,0.5]];portConstraint=eastwest;whiteSpace=wrap;html=1;" value="+ generateBukti(): String" vertex="1">
          <mxGeometry height="26" width="261" y="216" as="geometry" />
        </mxCell>
        <mxCell id="-Ip3KR_69kROD7_R9hKT-24" parent="-Ip3KR_69kROD7_R9hKT-14" style="text;strokeColor=none;fillColor=none;align=center;verticalAlign=top;spacingLeft=4;spacingRight=4;overflow=hidden;rotatable=0;points=[[0,0.5],[1,0.5]];portConstraint=eastwest;whiteSpace=wrap;html=1;" value="- validasiPembayaran(): Boolean" vertex="1">
          <mxGeometry height="26" width="261" y="242" as="geometry" />
        </mxCell>
        <mxCell id="-Ip3KR_69kROD7_R9hKT-25" parent="-Ip3KR_69kROD7_R9hKT-14" style="text;strokeColor=none;fillColor=none;align=center;verticalAlign=top;spacingLeft=4;spacingRight=4;overflow=hidden;rotatable=0;points=[[0,0.5],[1,0.5]];portConstraint=eastwest;whiteSpace=wrap;html=1;" value="- updateStatusBayar(): Void" vertex="1">
          <mxGeometry height="26" width="261" y="268" as="geometry" />
        </mxCell>
        <mxCell id="-Ip3KR_69kROD7_R9hKT-26" parent="1" style="swimlane;fontStyle=1;align=center;verticalAlign=middle;childLayout=stackLayout;horizontal=1;startSize=26;horizontalStack=0;resizeParent=1;resizeParentMax=0;resizeLast=0;collapsible=1;marginBottom=0;whiteSpace=wrap;html=1;labelBorderColor=none;labelBackgroundColor=none;fontColor=default;" value="Pengiriman" vertex="1">
-           <mxGeometry height="294" width="261" x="1050" y="40" as="geometry" />
+           <mxGeometry height="294" width="261" x="54" y="600" as="geometry" />
        </mxCell>
        <mxCell id="-Ip3KR_69kROD7_R9hKT-27" parent="-Ip3KR_69kROD7_R9hKT-26" style="text;strokeColor=none;fillColor=none;align=center;verticalAlign=top;spacingLeft=4;spacingRight=4;overflow=hidden;rotatable=0;points=[[0,0.5],[1,0.5]];portConstraint=eastwest;whiteSpace=wrap;html=1;" value="- id_pengiriman: String" vertex="1">
          <mxGeometry height="26" width="261" y="26" as="geometry" />
        </mxCell>
        <mxCell id="-Ip3KR_69kROD7_R9hKT-28" parent="-Ip3KR_69kROD7_R9hKT-26" style="text;strokeColor=none;fillColor=none;align=center;verticalAlign=top;spacingLeft=4;spacingRight=4;overflow=hidden;rotatable=0;points=[[0,0.5],[1,0.5]];portConstraint=eastwest;whiteSpace=wrap;html=1;" value="- id_pesanan: String" vertex="1">
          <mxGeometry height="26" width="261" y="52" as="geometry" />
        </mxCell>
        <mxCell id="-Ip3KR_69kROD7_R9hKT-29" parent="-Ip3KR_69kROD7_R9hKT-26" style="text;strokeColor=none;fillColor=none;align=center;verticalAlign=top;spacingLeft=4;spacingRight=4;overflow=hidden;rotatable=0;points=[[0,0.5],[1,0.5]];portConstraint=eastwest;whiteSpace=wrap;html=1;" value="- alamat_pengiriman: String" vertex="1">
          <mxGeometry height="26" width="261" y="78" as="geometry" />
        </mxCell>
        <mxCell id="-Ip3KR_69kROD7_R9hKT-30" parent="-Ip3KR_69kROD7_R9hKT-26" style="text;strokeColor=none;fillColor=none;align=center;verticalAlign=top;spacingLeft=4;spacingRight=4;overflow=hidden;rotatable=0;points=[[0,0.5],[1,0.5]];portConstraint=eastwest;whiteSpace=wrap;html=1;" value="- nama_kurir: String" vertex="1">
          <mxGeometry height="26" width="261" y="104" as="geometry" />
        </mxCell>
        <mxCell id="-Ip3KR_69kROD7_R9hKT-31" parent="-Ip3KR_69kROD7_R9hKT-26" style="text;strokeColor=none;fillColor=none;align=center;verticalAlign=top;spacingLeft=4;spacingRight=4;overflow=hidden;rotatable=0;points=[[0,0.5],[1,0.5]];portConstraint=eastwest;whiteSpace=wrap;html=1;" value="- tanggal_kirim: Date" vertex="1">
          <mxGeometry height="26" width="261" y="130" as="geometry" />
        </mxCell>
        <mxCell id="-Ip3KR_69kROD7_R9hKT-32" parent="-Ip3KR_69kROD7_R9hKT-26" style="text;strokeColor=none;fillColor=none;align=center;verticalAlign=top;spacingLeft=4;spacingRight=4;overflow=hidden;rotatable=0;points=[[0,0.5],[1,0.5]];portConstraint=eastwest;whiteSpace=wrap;html=1;" value="- status_pengiriman: String" vertex="1">
          <mxGeometry height="26" width="261" y="156" as="geometry" />
        </mxCell>
        <mxCell id="-Ip3KR_69kROD7_R9hKT-33" parent="-Ip3KR_69kROD7_R9hKT-26" style="line;strokeWidth=1;fillColor=none;align=center;verticalAlign=middle;spacingTop=-1;spacingLeft=3;spacingRight=3;rotatable=0;labelPosition=right;points=[];portConstraint=eastwest;strokeColor=inherit;" value="" vertex="1">
          <mxGeometry height="8" width="261" y="182" as="geometry" />
        </mxCell>
        <mxCell id="-Ip3KR_69kROD7_R9hKT-34" parent="-Ip3KR_69kROD7_R9hKT-26" style="text;strokeColor=none;fillColor=none;align=center;verticalAlign=top;spacingLeft=4;spacingRight=4;overflow=hidden;rotatable=0;points=[[0,0.5],[1,0.5]];portConstraint=eastwest;whiteSpace=wrap;html=1;" value="+ buatDataKirim(): Boolean" vertex="1">
          <mxGeometry height="26" width="261" y="190" as="geometry" />
        </mxCell>
        <mxCell id="-Ip3KR_69kROD7_R9hKT-35" parent="-Ip3KR_69kROD7_R9hKT-26" style="text;strokeColor=none;fillColor=none;align=center;verticalAlign=top;spacingLeft=4;spacingRight=4;overflow=hidden;rotatable=0;points=[[0,0.5],[1,0.5]];portConstraint=eastwest;whiteSpace=wrap;html=1;" value="+ lacakPengiriman(): String" vertex="1">
          <mxGeometry height="26" width="261" y="216" as="geometry" />
        </mxCell>
        <mxCell id="-Ip3KR_69kROD7_R9hKT-36" parent="-Ip3KR_69kROD7_R9hKT-26" style="text;strokeColor=none;fillColor=none;align=center;verticalAlign=top;spacingLeft=4;spacingRight=4;overflow=hidden;rotatable=0;points=[[0,0.5],[1,0.5]];portConstraint=eastwest;whiteSpace=wrap;html=1;" value="- assignKurir(): Void" vertex="1">
          <mxGeometry height="26" width="261" y="242" as="geometry" />
        </mxCell>
        <mxCell id="-Ip3KR_69kROD7_R9hKT-37" parent="-Ip3KR_69kROD7_R9hKT-26" style="text;strokeColor=none;fillColor=none;align=center;verticalAlign=top;spacingLeft=4;spacingRight=4;overflow=hidden;rotatable=0;points=[[0,0.5],[1,0.5]];portConstraint=eastwest;whiteSpace=wrap;html=1;" value="- updateStatusKirim(): Void" vertex="1">
          <mxGeometry height="26" width="261" y="268" as="geometry" />
+         </mxCell>
+         <mxCell id="-Ip3KR_69kROD7_R9hKT-38" edge="1" parent="1" source="4Q5ZbxA_9OykwKKi5Nih-9" style="endArrow=classic;html=1;rounded=0;exitX=1;exitY=0.5;exitDx=0;exitDy=0;entryX=0;entryY=0.5;entryDx=0;entryDy=0;endSize=10;edgeStyle=orthogonalEdgeStyle;" target="4Q5ZbxA_9OykwKKi5Nih-50" value="">
+           <mxGeometry height="50" relative="1" width="50" as="geometry">
+             <mxPoint x="750" y="425" as="sourcePoint" />
+             <mxPoint x="800" y="375" as="targetPoint" />
+           </mxGeometry>
+         </mxCell>
+         <mxCell id="-Ip3KR_69kROD7_R9hKT-43" edge="1" parent="1" source="-Ip3KR_69kROD7_R9hKT-1" style="endArrow=diamond;html=1;rounded=0;endFill=1;strokeWidth=1;endSize=15;edgeStyle=orthogonalEdgeStyle;entryX=0.5;entryY=0;entryDx=0;entryDy=0;exitX=0.881;exitY=1.024;exitDx=0;exitDy=0;exitPerimeter=0;" target="-Ip3KR_69kROD7_R9hKT-2" value="">
+           <mxGeometry height="50" relative="1" width="50" as="geometry">
+             <Array as="points">
+               <mxPoint x="711" y="413" />
+               <mxPoint x="711" y="495" />
+               <mxPoint x="1031" y="495" />
+             </Array>
+             <mxPoint x="705" y="465" as="sourcePoint" />
+             <mxPoint x="920" y="405" as="targetPoint" />
+           </mxGeometry>
+         </mxCell>
+         <mxCell id="-Ip3KR_69kROD7_R9hKT-44" edge="1" parent="1" source="4Q5ZbxA_9OykwKKi5Nih-44" style="endArrow=classic;html=1;rounded=0;entryX=0.5;entryY=0;entryDx=0;entryDy=0;exitX=0.5;exitY=1;exitDx=0;exitDy=0;edgeStyle=orthogonalEdgeStyle;endSize=10;" target="-Ip3KR_69kROD7_R9hKT-14" value="">
+           <mxGeometry height="50" relative="1" width="50" as="geometry">
+             <mxPoint x="615" y="420" as="sourcePoint" />
+             <mxPoint x="785" y="405" as="targetPoint" />
+           </mxGeometry>
+         </mxCell>
+         <mxCell id="-Ip3KR_69kROD7_R9hKT-45" edge="1" parent="1" source="-Ip3KR_69kROD7_R9hKT-1" style="endArrow=classic;html=1;rounded=0;entryX=0.5;entryY=0;entryDx=0;entryDy=0;exitX=0.124;exitY=1.043;exitDx=0;exitDy=0;edgeStyle=orthogonalEdgeStyle;endSize=10;exitPerimeter=0;" target="-Ip3KR_69kROD7_R9hKT-26" value="">
+           <mxGeometry height="50" relative="1" width="50" as="geometry">
+             <Array as="points">
+               <mxPoint x="510" y="413" />
+               <mxPoint x="510" y="495" />
+               <mxPoint x="185" y="495" />
+             </Array>
+             <mxPoint x="405" y="397" as="sourcePoint" />
+             <mxPoint x="405" y="585" as="targetPoint" />
+           </mxGeometry>
+         </mxCell>
+         <mxCell id="-Ip3KR_69kROD7_R9hKT-46" edge="1" parent="1" source="-Ip3KR_69kROD7_R9hKT-6" style="endArrow=classic;html=1;rounded=0;endSize=10;exitX=1;exitY=0.5;exitDx=0;exitDy=0;entryX=0;entryY=0.5;entryDx=0;entryDy=0;" target="4Q5ZbxA_9OykwKKi5Nih-34" value="">
+           <mxGeometry height="50" relative="1" width="50" as="geometry">
+             <mxPoint x="1230" y="725" as="sourcePoint" />
+             <mxPoint x="1280" y="675" as="targetPoint" />
+           </mxGeometry>
+         </mxCell>
+         <mxCell id="-Ip3KR_69kROD7_R9hKT-47" parent="1" style="text;html=1;whiteSpace=wrap;strokeColor=none;fillColor=none;align=center;verticalAlign=middle;rounded=0;fontSize=15;" value="1" vertex="1">
+           <mxGeometry height="30" width="60" x="705" y="420" as="geometry" />
+         </mxCell>
+         <mxCell id="-Ip3KR_69kROD7_R9hKT-48" parent="1" style="text;html=1;whiteSpace=wrap;strokeColor=none;fillColor=none;align=center;verticalAlign=middle;rounded=0;fontSize=15;" value="1..*" vertex="1">
+           <mxGeometry height="30" width="60" x="1020" y="555" as="geometry" />
+         </mxCell>
+         <mxCell id="-Ip3KR_69kROD7_R9hKT-49" parent="1" style="text;html=1;whiteSpace=wrap;strokeColor=none;fillColor=none;align=center;verticalAlign=middle;rounded=0;fontSize=15;" value="1" vertex="1">
+           <mxGeometry height="30" width="60" x="300" y="180" as="geometry" />
+         </mxCell>
+         <mxCell id="-Ip3KR_69kROD7_R9hKT-50" parent="1" style="text;html=1;whiteSpace=wrap;strokeColor=none;fillColor=none;align=center;verticalAlign=middle;rounded=0;fontSize=15;" value="1..*" vertex="1">
+           <mxGeometry height="30" width="60" x="420" y="180" as="geometry" />
+         </mxCell>
+         <mxCell id="-Ip3KR_69kROD7_R9hKT-51" parent="1" style="text;html=1;whiteSpace=wrap;strokeColor=none;fillColor=none;align=center;verticalAlign=middle;rounded=0;fontSize=15;" value="1" vertex="1">
+           <mxGeometry height="30" width="60" x="855" y="135" as="geometry" />
+         </mxCell>
+         <mxCell id="-Ip3KR_69kROD7_R9hKT-52" parent="1" style="text;html=1;whiteSpace=wrap;strokeColor=none;fillColor=none;align=center;verticalAlign=middle;rounded=0;fontSize=15;" value="0..*" vertex="1">
+           <mxGeometry height="30" width="60" x="735" y="135" as="geometry" />
        </mxCell>
      </root>
    </mxGraphModel>
  </diagram>
</mxfile>
